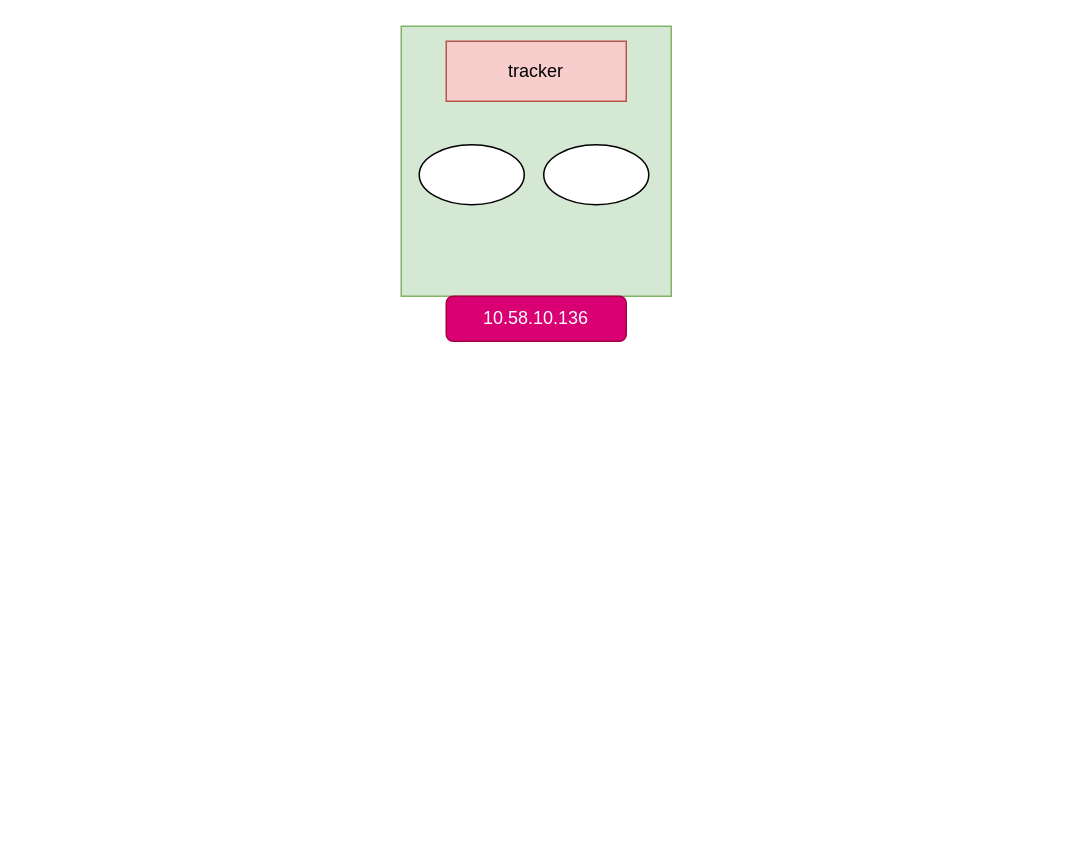
The draw.io diagram 高可用Fastdfs将结构图.drawio in gumuqi/draw.io, before the edit. Source tidied: cells renumbered, new cells numbered last; positions are measured from the earlier drawing's top-left corner, leaving out a move shared by most shapes. Both pictures are drawn from the tidied source at 150%, with x=0, y=0 at pixel (400, 26).
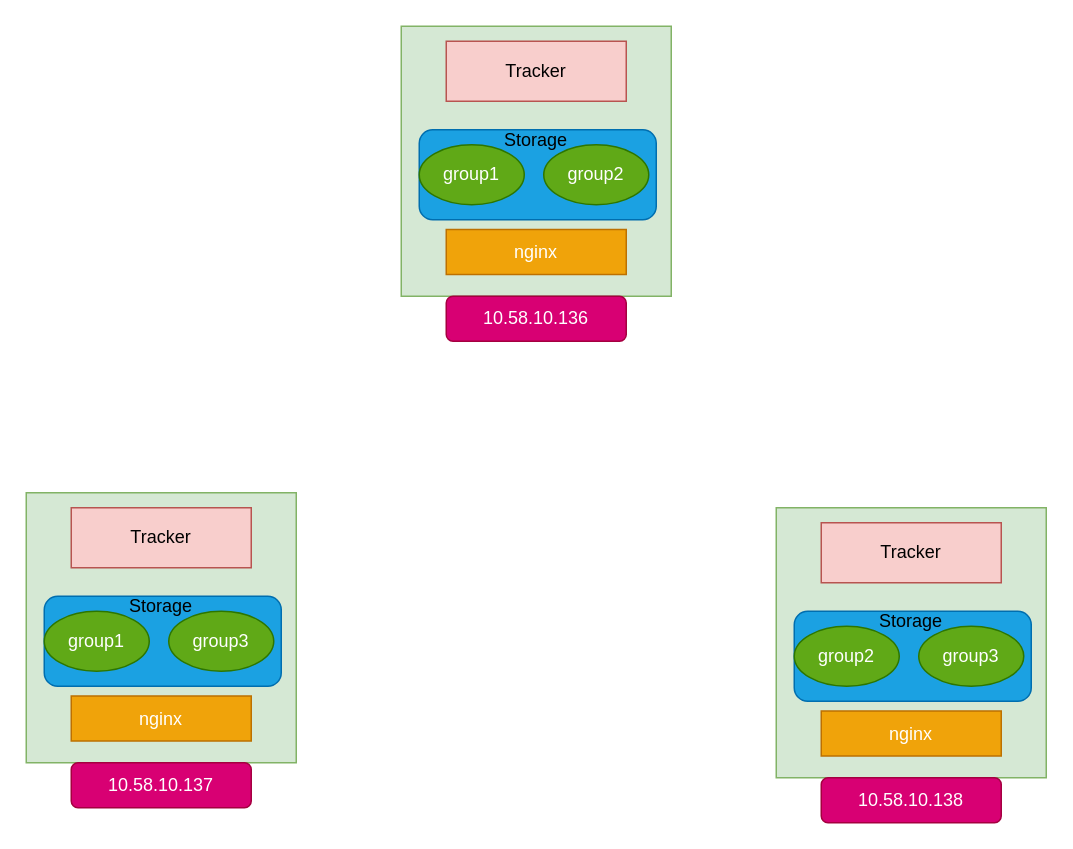
The same page after the edit.

Commit message (it also covers changes not shown here):
更新高可用Fastdfs将结构图.drawio

Change to the diagram source:
```diff
@@
+    <mxCell id="7" style="rounded=1;whiteSpace=wrap;html=1;fillColor=#1ba1e2;strokeColor=#006EAF;fontColor=#ffffff;" parent="1" vertex="1">
+      <mxGeometry x="12" y="69" width="158" height="60" as="geometry" />
+    </mxCell>
@@
-    <mxCell id="4" value="tracker" style="rounded=0;whiteSpace=wrap;html=1;fillColor=#f8cecc;strokeColor=#b85450;" parent="1" vertex="1">
+    <mxCell id="4" value="Tracker" style="rounded=0;whiteSpace=wrap;html=1;fillColor=#f8cecc;strokeColor=#b85450;" parent="1" vertex="1">
       <mxGeometry x="30" y="10" width="120" height="40" as="geometry" />
     </mxCell>
-    <mxCell id="5" style="ellipse;whiteSpace=wrap;html=1;" parent="1" vertex="1">
+    <mxCell id="5" value="group1" style="ellipse;whiteSpace=wrap;html=1;fillColor=#60a917;strokeColor=#2D7600;fontColor=#ffffff;" parent="1" vertex="1">
       <mxGeometry x="12" y="79" width="70" height="40" as="geometry" />
     </mxCell>
-    <mxCell id="6" style="ellipse;whiteSpace=wrap;html=1;" parent="1" vertex="1">
+    <mxCell id="6" value="group2" style="ellipse;whiteSpace=wrap;html=1;fillColor=#60a917;strokeColor=#2D7600;fontColor=#ffffff;" parent="1" vertex="1">
       <mxGeometry x="95" y="79" width="70" height="40" as="geometry" />
     </mxCell>
+    <mxCell id="8" value="Storage" style="text;html=1;strokeColor=none;fillColor=none;align=center;verticalAlign=middle;whiteSpace=wrap;rounded=0;" parent="1" vertex="1">
+      <mxGeometry x="70" y="66" width="40" height="20" as="geometry" />
+    </mxCell>
+    <mxCell id="9" value="nginx" style="rounded=0;whiteSpace=wrap;html=1;fillColor=#f0a30a;strokeColor=#BD7000;fontColor=#ffffff;" parent="1" vertex="1">
+      <mxGeometry x="30" y="135.5" width="120" height="30" as="geometry" />
+    </mxCell>
+    <mxCell id="10" style="whiteSpace=wrap;html=1;fillColor=#d5e8d4;strokeColor=#82b366;" parent="1" vertex="1">
+      <mxGeometry x="-250" y="311" width="180" height="180" as="geometry" />
+    </mxCell>
+    <mxCell id="11" style="rounded=1;whiteSpace=wrap;html=1;fillColor=#1ba1e2;strokeColor=#006EAF;fontColor=#ffffff;" parent="1" vertex="1">
+      <mxGeometry x="-238" y="380" width="158" height="60" as="geometry" />
+    </mxCell>
+    <mxCell id="12" value="10.58.10.137" style="rounded=1;whiteSpace=wrap;html=1;fillColor=#d80073;strokeColor=#A50040;fontColor=#ffffff;" parent="1" vertex="1">
+      <mxGeometry x="-220" y="491" width="120" height="30" as="geometry" />
+    </mxCell>
+    <mxCell id="13" value="Tracker" style="rounded=0;whiteSpace=wrap;html=1;fillColor=#f8cecc;strokeColor=#b85450;" parent="1" vertex="1">
+      <mxGeometry x="-220" y="321" width="120" height="40" as="geometry" />
+    </mxCell>
+    <mxCell id="14" value="group1" style="ellipse;whiteSpace=wrap;html=1;fillColor=#60a917;strokeColor=#2D7600;fontColor=#ffffff;" parent="1" vertex="1">
+      <mxGeometry x="-238" y="390" width="70" height="40" as="geometry" />
+    </mxCell>
+    <mxCell id="15" value="group3" style="ellipse;whiteSpace=wrap;html=1;fillColor=#60a917;strokeColor=#2D7600;fontColor=#ffffff;" parent="1" vertex="1">
+      <mxGeometry x="-155" y="390" width="70" height="40" as="geometry" />
+    </mxCell>
+    <mxCell id="16" value="Storage" style="text;html=1;strokeColor=none;fillColor=none;align=center;verticalAlign=middle;whiteSpace=wrap;rounded=0;" parent="1" vertex="1">
+      <mxGeometry x="-180" y="377" width="40" height="20" as="geometry" />
+    </mxCell>
+    <mxCell id="17" value="nginx" style="rounded=0;whiteSpace=wrap;html=1;fillColor=#f0a30a;strokeColor=#BD7000;fontColor=#ffffff;" parent="1" vertex="1">
+      <mxGeometry x="-220" y="446.5" width="120" height="30" as="geometry" />
+    </mxCell>
+    <mxCell id="18" style="whiteSpace=wrap;html=1;fillColor=#d5e8d4;strokeColor=#82b366;" parent="1" vertex="1">
+      <mxGeometry x="250" y="321" width="180" height="180" as="geometry" />
+    </mxCell>
+    <mxCell id="19" style="rounded=1;whiteSpace=wrap;html=1;fillColor=#1ba1e2;strokeColor=#006EAF;fontColor=#ffffff;" parent="1" vertex="1">
+      <mxGeometry x="262" y="390" width="158" height="60" as="geometry" />
+    </mxCell>
+    <mxCell id="20" value="10.58.10.138" style="rounded=1;whiteSpace=wrap;html=1;fillColor=#d80073;strokeColor=#A50040;fontColor=#ffffff;" parent="1" vertex="1">
+      <mxGeometry x="280" y="501" width="120" height="30" as="geometry" />
+    </mxCell>
+    <mxCell id="21" value="Tracker" style="rounded=0;whiteSpace=wrap;html=1;fillColor=#f8cecc;strokeColor=#b85450;" parent="1" vertex="1">
+      <mxGeometry x="280" y="331" width="120" height="40" as="geometry" />
+    </mxCell>
+    <mxCell id="22" value="group2" style="ellipse;whiteSpace=wrap;html=1;fillColor=#60a917;strokeColor=#2D7600;fontColor=#ffffff;" parent="1" vertex="1">
+      <mxGeometry x="262" y="400" width="70" height="40" as="geometry" />
+    </mxCell>
+    <mxCell id="23" value="group3" style="ellipse;whiteSpace=wrap;html=1;fillColor=#60a917;strokeColor=#2D7600;fontColor=#ffffff;" parent="1" vertex="1">
+      <mxGeometry x="345" y="400" width="70" height="40" as="geometry" />
+    </mxCell>
+    <mxCell id="24" value="Storage" style="text;html=1;strokeColor=none;fillColor=none;align=center;verticalAlign=middle;whiteSpace=wrap;rounded=0;" parent="1" vertex="1">
+      <mxGeometry x="320" y="387" width="40" height="20" as="geometry" />
+    </mxCell>
+    <mxCell id="25" value="nginx" style="rounded=0;whiteSpace=wrap;html=1;fillColor=#f0a30a;strokeColor=#BD7000;fontColor=#ffffff;" parent="1" vertex="1">
+      <mxGeometry x="280" y="456.5" width="120" height="30" as="geometry" />
+    </mxCell>
```
